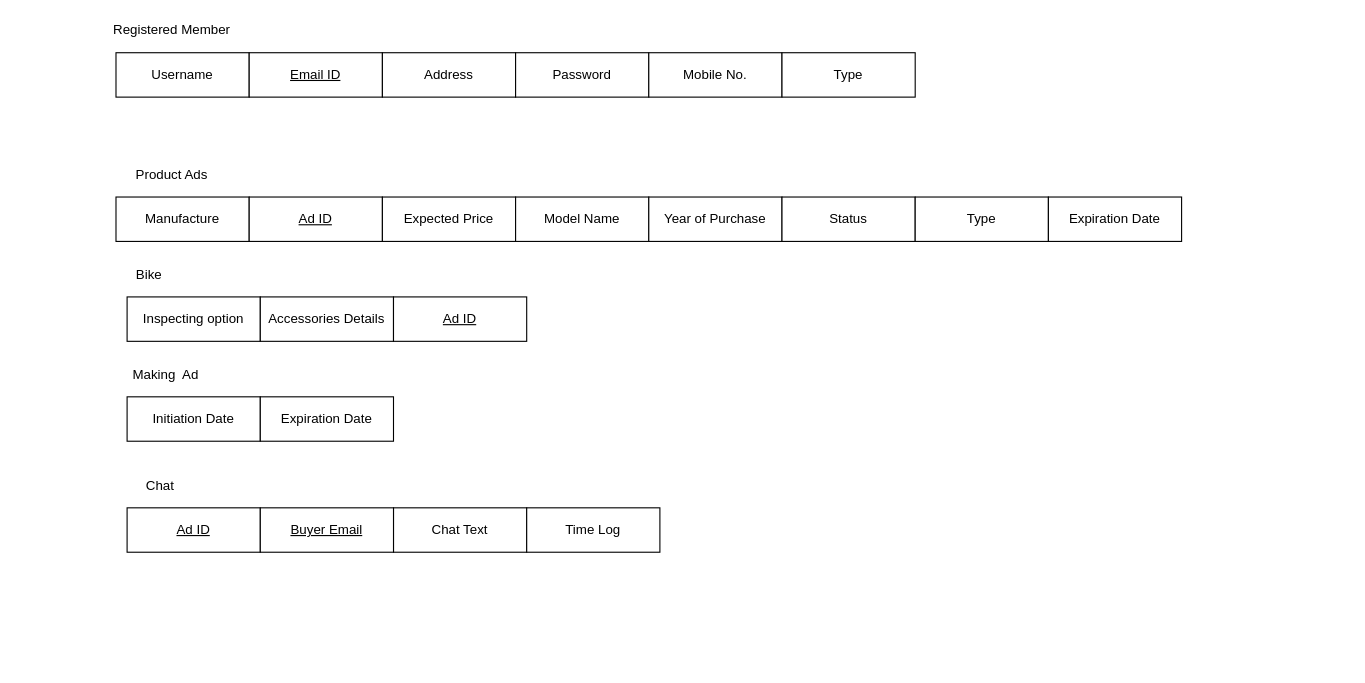
Earlier version of the draw.io diagram e03/Untitled Diagram.drawio (Hu4k3n/dbms_lab_s5). Source tidied: cells renumbered, new cells numbered last; positions are measured from the earlier drawing's top-left corner, leaving out a move shared by most shapes. Both pictures are drawn from the tidied source at 111%, with x=0, y=0 at pixel (104, 19).
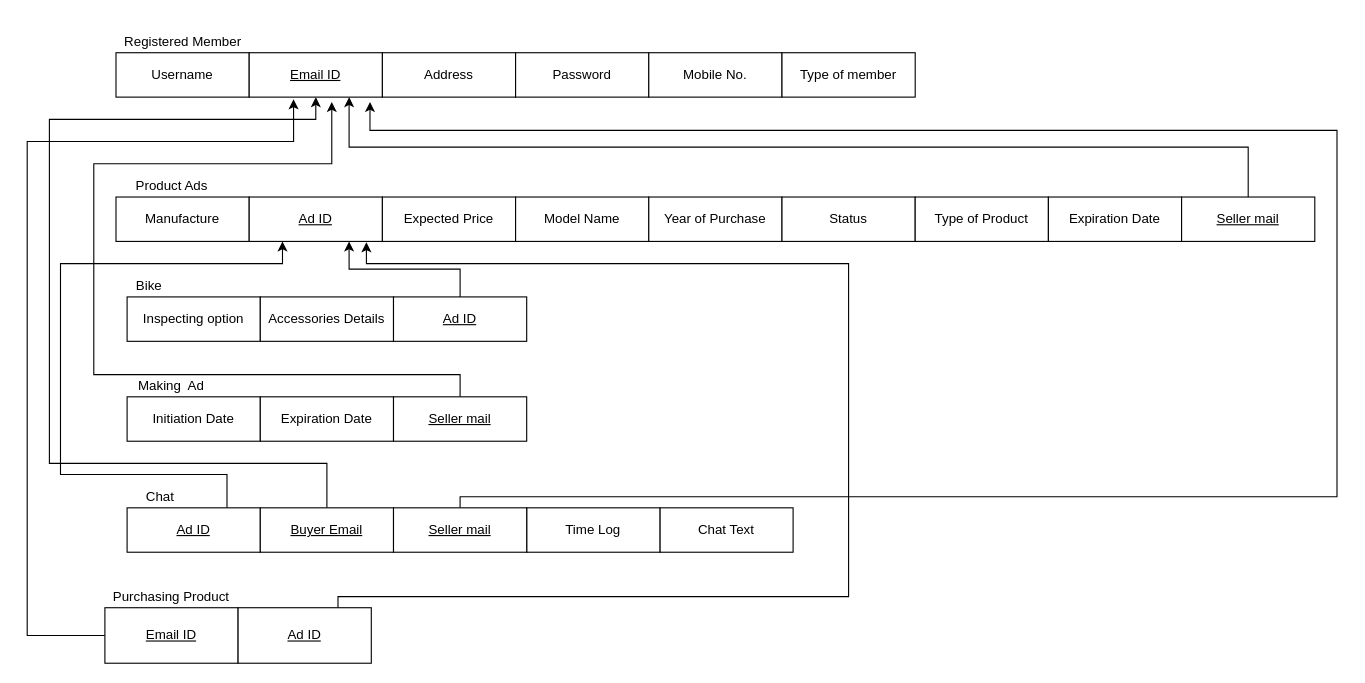
Above is the later version.

The change refers to these unchanged cells:
```xml
<mxCell id="3" value="&lt;u&gt;Email ID&lt;/u&gt;" style="rounded=0;whiteSpace=wrap;html=1;" parent="1" vertex="1">
  <mxGeometry x="130" y="30" width="120" height="40" as="geometry" />
</mxCell>
<mxCell id="10" value="&lt;u&gt;Ad ID&lt;/u&gt;" style="rounded=0;whiteSpace=wrap;html=1;" parent="1" vertex="1">
  <mxGeometry x="130" y="160" width="120" height="40" as="geometry" />
</mxCell>
<mxCell id="20" value="&lt;u&gt;Ad ID&lt;/u&gt;" style="rounded=0;whiteSpace=wrap;html=1;" parent="1" vertex="1">
  <mxGeometry x="260" y="250" width="120" height="40" as="geometry" />
</mxCell>
<mxCell id="26" value="&lt;u&gt;Ad ID&lt;/u&gt;" style="rounded=0;whiteSpace=wrap;html=1;" parent="1" vertex="1">
  <mxGeometry x="20" y="440" width="120" height="40" as="geometry" />
</mxCell>
<mxCell id="27" value="&lt;u&gt;Buyer Email&lt;/u&gt;" style="rounded=0;whiteSpace=wrap;html=1;" parent="1" vertex="1">
  <mxGeometry x="140" y="440" width="120" height="40" as="geometry" />
</mxCell>
```

Change to the diagram source:
```diff
@@
-    <mxCell id="7" value="Type" style="rounded=0;whiteSpace=wrap;html=1;" parent="1" vertex="1">
+    <mxCell id="7" value="Type of member" style="rounded=0;whiteSpace=wrap;html=1;" parent="1" vertex="1">
       <mxGeometry x="610" y="30" width="120" height="40" as="geometry" />
     </mxCell>
     <mxCell id="8" value="Registered Member" style="text;html=1;align=center;verticalAlign=middle;" parent="1" vertex="1">
-      <mxGeometry width="120" height="20" as="geometry" />
+      <mxGeometry x="10" y="10" width="120" height="20" as="geometry" />
     </mxCell>
@@
     <mxCell id="15" value="Product Ads" style="text;html=1;align=center;verticalAlign=middle;" parent="1" vertex="1">
-      <mxGeometry x="20" y="130" width="80" height="20" as="geometry" />
+      <mxGeometry x="20" y="140" width="80" height="20" as="geometry" />
     </mxCell>
-    <mxCell id="16" value="Type" style="rounded=0;whiteSpace=wrap;html=1;" parent="1" vertex="1">
+    <mxCell id="16" value="Type of Product" style="rounded=0;whiteSpace=wrap;html=1;" parent="1" vertex="1">
       <mxGeometry x="730" y="160" width="120" height="40" as="geometry" />
     </mxCell>
@@
     <mxCell id="19" value="Bike" style="text;html=1;strokeColor=none;fillColor=none;align=center;verticalAlign=middle;whiteSpace=wrap;rounded=0;" parent="1" vertex="1">
-      <mxGeometry x="20" y="220" width="40" height="20" as="geometry" />
+      <mxGeometry x="20" y="230" width="40" height="20" as="geometry" />
     </mxCell>
+    <mxCell id="30" style="edgeStyle=orthogonalEdgeStyle;rounded=0;jettySize=auto;html=1;exitX=0.5;exitY=0;exitDx=0;exitDy=0;entryX=0.75;entryY=1;entryDx=0;entryDy=0;" parent="1" edge="1" source="20" target="10">
+      <mxGeometry relative="1" as="geometry" />
+    </mxCell>
@@
     <mxCell id="24" value="Making&amp;nbsp; Ad" style="text;html=1;strokeColor=none;fillColor=none;align=center;verticalAlign=middle;whiteSpace=wrap;rounded=0;" parent="1" vertex="1">
-      <mxGeometry x="20" y="310" width="70" height="20" as="geometry" />
+      <mxGeometry x="25" y="320" width="70" height="20" as="geometry" />
     </mxCell>
     <mxCell id="25" value="Chat Text" style="rounded=0;whiteSpace=wrap;html=1;" parent="1" vertex="1">
-      <mxGeometry x="260" y="440" width="120" height="40" as="geometry" />
+      <mxGeometry x="500" y="440" width="120" height="40" as="geometry" />
     </mxCell>
+    <mxCell id="31" style="edgeStyle=orthogonalEdgeStyle;rounded=0;jettySize=auto;html=1;exitX=0.75;exitY=0;exitDx=0;exitDy=0;entryX=0.25;entryY=1;entryDx=0;entryDy=0;" parent="1" edge="1" source="26" target="10">
+      <mxGeometry relative="1" as="geometry">
+        <Array as="points">
+          <mxPoint x="110" y="410" />
+          <mxPoint x="-40" y="410" />
+          <mxPoint x="-40" y="220" />
+          <mxPoint x="160" y="220" />
+        </Array>
+      </mxGeometry>
+    </mxCell>
@@
+    <mxCell id="32" style="edgeStyle=orthogonalEdgeStyle;rounded=0;jettySize=auto;html=1;exitX=0.5;exitY=0;exitDx=0;exitDy=0;entryX=0.5;entryY=1;entryDx=0;entryDy=0;" parent="1" edge="1" source="27" target="3">
+      <mxGeometry relative="1" as="geometry">
+        <Array as="points">
+          <mxPoint x="200" y="400" />
+          <mxPoint x="-50" y="400" />
+          <mxPoint x="-50" y="90" />
+          <mxPoint x="190" y="90" />
+        </Array>
+      </mxGeometry>
+    </mxCell>
@@
     <mxCell id="29" value="Chat" style="text;html=1;strokeColor=none;fillColor=none;align=center;verticalAlign=middle;whiteSpace=wrap;rounded=0;" parent="1" vertex="1">
-      <mxGeometry x="30" y="410" width="40" height="20" as="geometry" />
+      <mxGeometry x="30" y="420" width="40" height="20" as="geometry" />
     </mxCell>
+    <mxCell id="33" style="edgeStyle=orthogonalEdgeStyle;rounded=0;jettySize=auto;html=1;exitX=0;exitY=0.5;exitDx=0;exitDy=0;entryX=0.333;entryY=1.05;entryDx=0;entryDy=0;entryPerimeter=0;" parent="1" edge="1" source="34" target="3">
+      <mxGeometry relative="1" as="geometry">
+        <Array as="points">
+          <mxPoint x="-70" y="555" />
+          <mxPoint x="-70" y="110" />
+          <mxPoint x="170" y="110" />
+        </Array>
+      </mxGeometry>
+    </mxCell>
+    <mxCell id="34" value="&lt;u&gt;Email ID&lt;/u&gt;" style="rounded=0;whiteSpace=wrap;html=1;" parent="1" vertex="1">
+      <mxGeometry y="530" width="120" height="50" as="geometry" />
+    </mxCell>
+    <mxCell id="35" style="edgeStyle=orthogonalEdgeStyle;rounded=0;jettySize=auto;html=1;exitX=0.75;exitY=0;exitDx=0;exitDy=0;entryX=0.88;entryY=1.02;entryDx=0;entryDy=0;entryPerimeter=0;" parent="1" edge="1" source="36" target="10">
+      <mxGeometry relative="1" as="geometry">
+        <Array as="points">
+          <mxPoint x="210" y="520" />
+          <mxPoint x="670" y="520" />
+          <mxPoint x="670" y="220" />
+          <mxPoint x="236" y="220" />
+        </Array>
+      </mxGeometry>
+    </mxCell>
+    <mxCell id="36" value="&lt;u&gt;Ad ID&lt;/u&gt;" style="rounded=0;whiteSpace=wrap;html=1;" parent="1" vertex="1">
+      <mxGeometry x="120" y="530" width="120" height="50" as="geometry" />
+    </mxCell>
+    <mxCell id="37" value="Purchasing Product" style="text;html=1;strokeColor=none;fillColor=none;align=center;verticalAlign=middle;whiteSpace=wrap;rounded=0;" parent="1" vertex="1">
+      <mxGeometry y="510" width="120" height="20" as="geometry" />
+    </mxCell>
+    <mxCell id="38" style="edgeStyle=orthogonalEdgeStyle;rounded=0;jettySize=auto;html=1;exitX=0.5;exitY=0;exitDx=0;exitDy=0;entryX=0.75;entryY=1;entryDx=0;entryDy=0;" parent="1" edge="1" source="39" target="3">
+      <mxGeometry relative="1" as="geometry" />
+    </mxCell>
+    <mxCell id="39" value="&lt;u&gt;Seller mail&lt;/u&gt;" style="rounded=0;whiteSpace=wrap;html=1;" parent="1" vertex="1">
+      <mxGeometry x="970" y="160" width="120" height="40" as="geometry" />
+    </mxCell>
+    <mxCell id="40" style="edgeStyle=orthogonalEdgeStyle;rounded=0;jettySize=auto;html=1;exitX=0.5;exitY=0;exitDx=0;exitDy=0;entryX=0.62;entryY=1.11;entryDx=0;entryDy=0;entryPerimeter=0;" parent="1" edge="1" source="41" target="3">
+      <mxGeometry relative="1" as="geometry">
+        <Array as="points">
+          <mxPoint x="320" y="320" />
+          <mxPoint x="-10" y="320" />
+          <mxPoint x="-10" y="130" />
+          <mxPoint x="204" y="130" />
+        </Array>
+      </mxGeometry>
+    </mxCell>
+    <mxCell id="41" value="&lt;u&gt;Seller mail&lt;/u&gt;" style="rounded=0;whiteSpace=wrap;html=1;" parent="1" vertex="1">
+      <mxGeometry x="260" y="340" width="120" height="40" as="geometry" />
+    </mxCell>
+    <mxCell id="42" style="edgeStyle=orthogonalEdgeStyle;rounded=0;jettySize=auto;html=1;exitX=0.5;exitY=0;exitDx=0;exitDy=0;entryX=0.907;entryY=1.11;entryDx=0;entryDy=0;entryPerimeter=0;" parent="1" edge="1" source="43" target="3">
+      <mxGeometry relative="1" as="geometry">
+        <Array as="points">
+          <mxPoint x="320" y="430" />
+          <mxPoint x="1110" y="430" />
+          <mxPoint x="1110" y="100" />
+          <mxPoint x="239" y="100" />
+        </Array>
+      </mxGeometry>
+    </mxCell>
+    <mxCell id="43" value="&lt;u&gt;Seller mail&lt;/u&gt;" style="rounded=0;whiteSpace=wrap;html=1;" parent="1" vertex="1">
+      <mxGeometry x="260" y="440" width="120" height="40" as="geometry" />
+    </mxCell>
```
